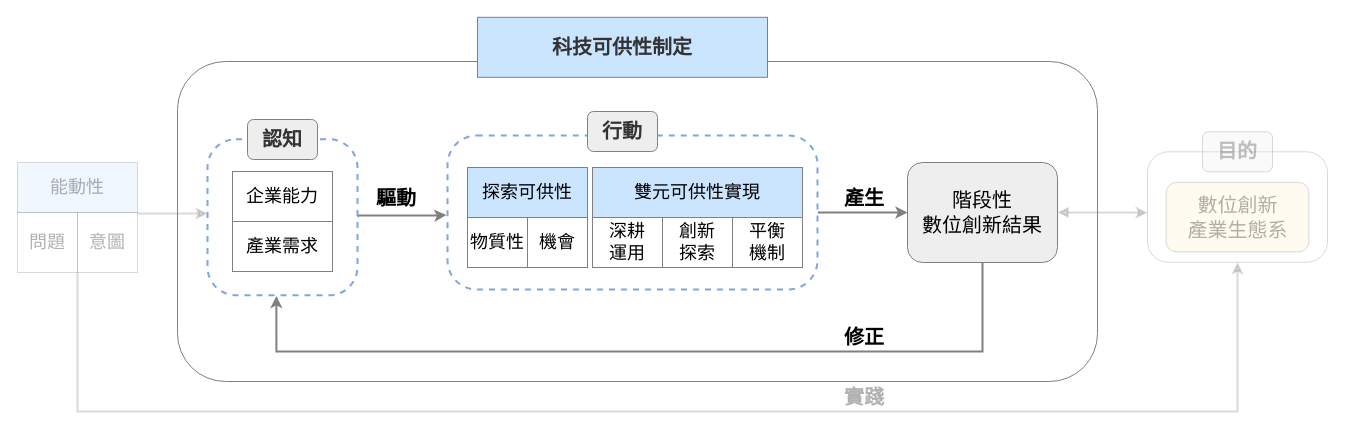
This is 論文ver1/圖片/簡報研究架構圖片/frontier enactment theroy_v10制定循環.drawio from carina419/NTUST, a draw.io file, before an edit. Source tidied: cells renumbered, new cells numbered last; positions are measured from the earlier drawing's top-left corner, leaving out a move shared by most shapes. Both pictures are drawn from the tidied source at 100%, with x=0, y=0 at pixel (17, 17).
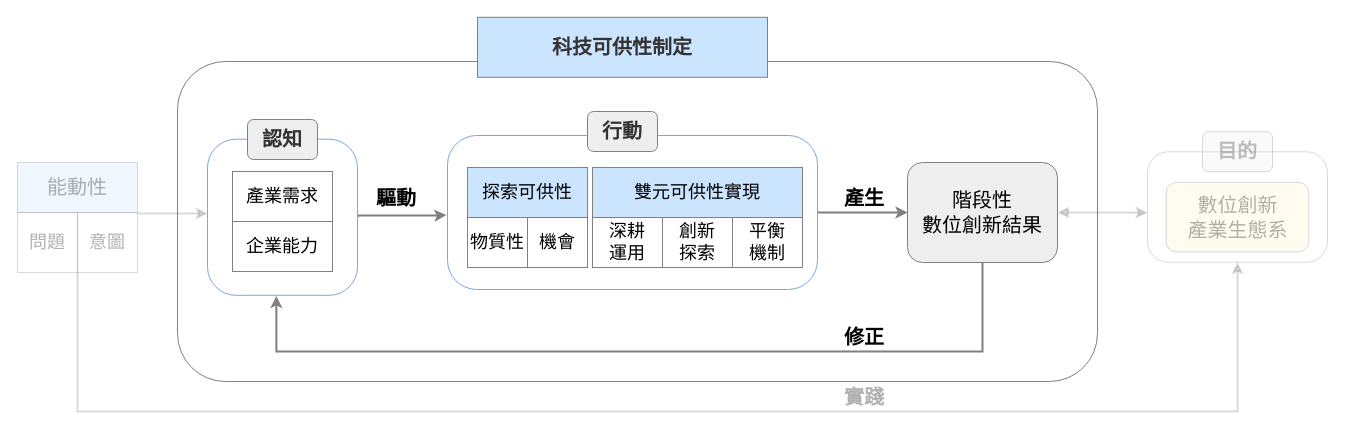
After the change.

The change refers to these unchanged cells:
```xml
<mxCell id="18" style="group;textOpacity=30;opacity=30;" parent="1" vertex="1">
  <mxGeometry y="145" width="120" height="110" as="geometry" />
</mxCell>
<mxCell id="22" style="group;" parent="1" vertex="1">
  <mxGeometry x="190" y="102" width="150" height="175.8" as="geometry" />
</mxCell>
<mxCell id="25" style="group;" parent="22" vertex="1">
  <mxGeometry x="25" y="52" width="100" height="100" as="geometry" />
</mxCell>
```

Diff of the diagram source:
```diff
@@
-    <mxCell id="21" value="能動性" style="rounded=0;whiteSpace=wrap;html=1;fontFamily=標楷體;fontSize=18;fontStyle=0;fillColor=#cce5ff;strokeColor=#808080;align=center;verticalAlign=middle;fontColor=default;textOpacity=30;opacity=30;" parent="18" vertex="1">
+    <mxCell id="21" value="&lt;font style=&quot;font-size: 20px;&quot;&gt;能動性&lt;/font&gt;" style="rounded=0;whiteSpace=wrap;html=1;fontFamily=標楷體;fontSize=18;fontStyle=0;fillColor=#cce5ff;strokeColor=#808080;align=center;verticalAlign=middle;fontColor=default;textOpacity=30;opacity=30;" parent="18" vertex="1">
       <mxGeometry width="120" height="50" as="geometry" />
     </mxCell>
@@
-    <mxCell id="23" style="rounded=1;whiteSpace=wrap;html=1;strokeWidth=2;dashed=1;fontFamily=標楷體;fontSize=18;fontStyle=0;strokeColor=#7EA6E0;align=center;verticalAlign=middle;arcSize=19;fontColor=default;fillColor=default;textOpacity=30;" parent="22" vertex="1">
+    <mxCell id="23" style="rounded=1;whiteSpace=wrap;html=1;strokeWidth=1;fontFamily=標楷體;fontSize=18;fontStyle=0;strokeColor=#7EA6E0;align=center;verticalAlign=middle;arcSize=19;fontColor=default;fillColor=default;textOpacity=30;" parent="22" vertex="1">
       <mxGeometry y="19.7" width="150" height="156.1" as="geometry" />
     </mxCell>
@@
-    <mxCell id="26" value="企業能力" style="rounded=0;whiteSpace=wrap;html=1;fontFamily=標楷體;fontSize=18;fontStyle=0;fillColor=default;strokeColor=#808080;align=center;verticalAlign=middle;fontColor=default;" parent="25" vertex="1">
+    <mxCell id="26" value="產業需求" style="rounded=0;whiteSpace=wrap;html=1;fontFamily=標楷體;fontSize=18;fontStyle=0;fillColor=default;strokeColor=#808080;align=center;verticalAlign=middle;fontColor=default;" parent="25" vertex="1">
       <mxGeometry width="100" height="50" as="geometry" />
     </mxCell>
-    <mxCell id="27" value="產業需求" style="rounded=0;whiteSpace=wrap;html=1;fontFamily=標楷體;fontSize=18;fontStyle=0;strokeColor=#808080;align=center;verticalAlign=middle;fontColor=default;fillColor=default;" parent="25" vertex="1">
+    <mxCell id="27" value="企業能力" style="rounded=0;whiteSpace=wrap;html=1;fontFamily=標楷體;fontSize=18;fontStyle=0;strokeColor=#808080;align=center;verticalAlign=middle;fontColor=default;fillColor=default;" parent="25" vertex="1">
       <mxGeometry y="50" width="100" height="50" as="geometry" />
     </mxCell>
@@
-    <mxCell id="29" style="rounded=1;whiteSpace=wrap;html=1;strokeWidth=2;dashed=1;fontFamily=標楷體;fontSize=18;fontStyle=0;arcSize=19;strokeColor=#7EA6E0;" parent="1" vertex="1">
+    <mxCell id="29" style="rounded=1;whiteSpace=wrap;html=1;strokeWidth=1;fontFamily=標楷體;fontSize=18;fontStyle=0;arcSize=19;strokeColor=#7EA6E0;" parent="1" vertex="1">
       <mxGeometry x="430" y="118" width="370" height="154" as="geometry" />
     </mxCell>
```
